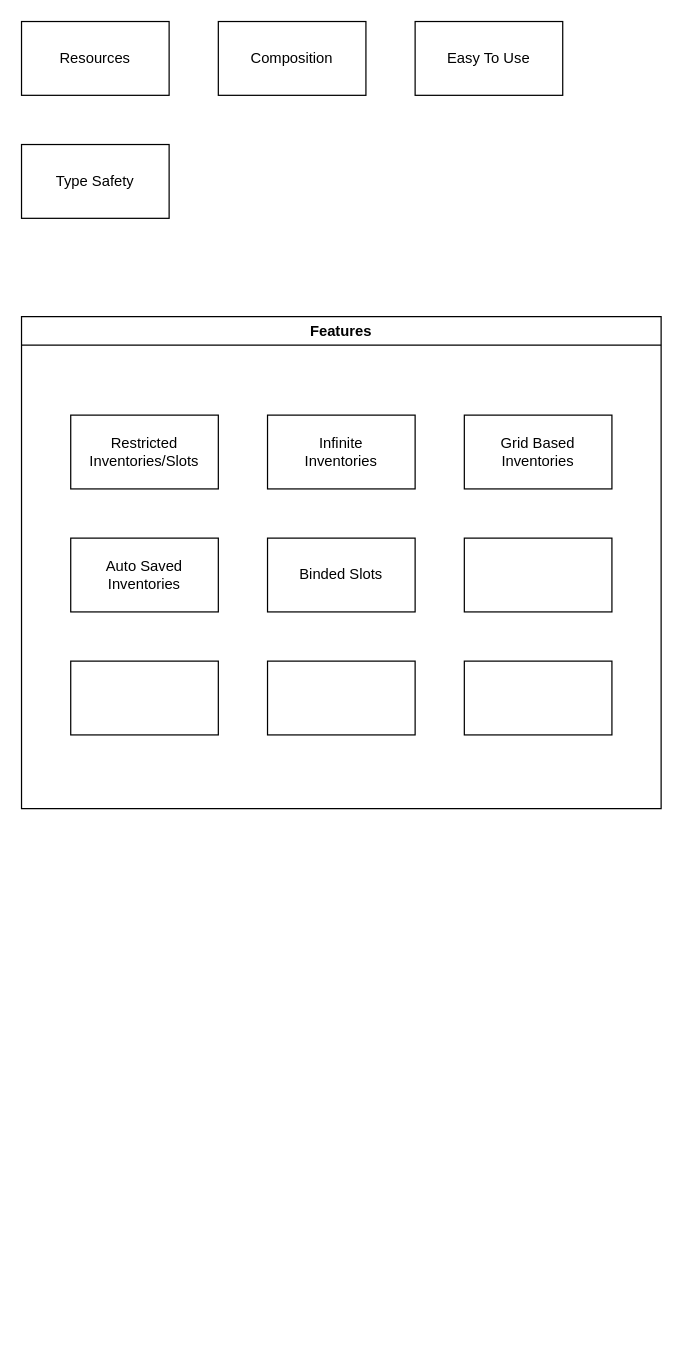
Above: architecture/ideas.drawio in Zennyth/EnhancedInventory (draw.io), before the change. Source tidied: cells renumbered, new cells numbered last; positions are measured from the earlier drawing's top-left corner, leaving out a move shared by most shapes. Both pictures are drawn from the tidied source at 123%, with x=0, y=0 at pixel (21, 21).
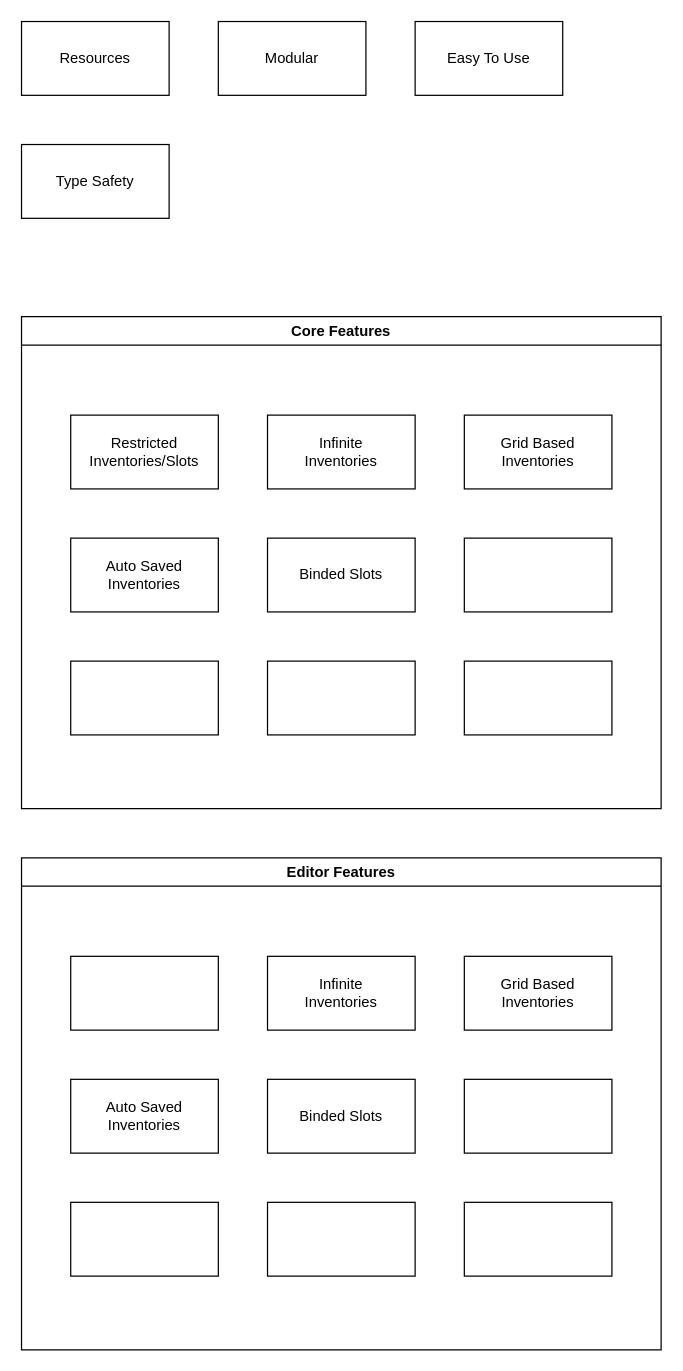
After the change.

Diff of the diagram source:
```diff
@@
-    <mxCell id="3" value="Composition" style="rounded=0;whiteSpace=wrap;html=1;" parent="1" vertex="1">
+    <mxCell id="3" value="Modular" style="rounded=0;whiteSpace=wrap;html=1;" parent="1" vertex="1">
       <mxGeometry x="160" width="120" height="60" as="geometry" />
     </mxCell>
@@
-    <mxCell id="6" value="Features" style="swimlane;whiteSpace=wrap;html=1;" parent="1" vertex="1">
+    <mxCell id="6" value="Core Features" style="swimlane;whiteSpace=wrap;html=1;" parent="1" vertex="1">
       <mxGeometry y="240" width="520" height="400" as="geometry" />
     </mxCell>
@@
+    <mxCell id="16" value="Editor Features" style="swimlane;whiteSpace=wrap;html=1;startSize=23;" parent="1" vertex="1">
+      <mxGeometry y="680" width="520" height="400" as="geometry" />
+    </mxCell>
+    <mxCell id="17" style="rounded=0;whiteSpace=wrap;html=1;" parent="16" vertex="1">
+      <mxGeometry x="40" y="80" width="120" height="60" as="geometry" />
+    </mxCell>
+    <mxCell id="18" value="Infinite&lt;br&gt;Inventories" style="rounded=0;whiteSpace=wrap;html=1;" parent="16" vertex="1">
+      <mxGeometry x="200" y="80" width="120" height="60" as="geometry" />
+    </mxCell>
+    <mxCell id="19" value="Grid Based Inventories" style="rounded=0;whiteSpace=wrap;html=1;" parent="16" vertex="1">
+      <mxGeometry x="360" y="80" width="120" height="60" as="geometry" />
+    </mxCell>
+    <mxCell id="20" value="Auto Saved Inventories" style="rounded=0;whiteSpace=wrap;html=1;" parent="16" vertex="1">
+      <mxGeometry x="40" y="180" width="120" height="60" as="geometry" />
+    </mxCell>
+    <mxCell id="21" value="Binded Slots" style="rounded=0;whiteSpace=wrap;html=1;" parent="16" vertex="1">
+      <mxGeometry x="200" y="180" width="120" height="60" as="geometry" />
+    </mxCell>
+    <mxCell id="22" style="rounded=0;whiteSpace=wrap;html=1;" parent="16" vertex="1">
+      <mxGeometry x="360" y="180" width="120" height="60" as="geometry" />
+    </mxCell>
+    <mxCell id="23" style="rounded=0;whiteSpace=wrap;html=1;" parent="16" vertex="1">
+      <mxGeometry x="40" y="280" width="120" height="60" as="geometry" />
+    </mxCell>
+    <mxCell id="24" style="rounded=0;whiteSpace=wrap;html=1;" parent="16" vertex="1">
+      <mxGeometry x="200" y="280" width="120" height="60" as="geometry" />
+    </mxCell>
+    <mxCell id="25" style="rounded=0;whiteSpace=wrap;html=1;" parent="16" vertex="1">
+      <mxGeometry x="360" y="280" width="120" height="60" as="geometry" />
+    </mxCell>
```
